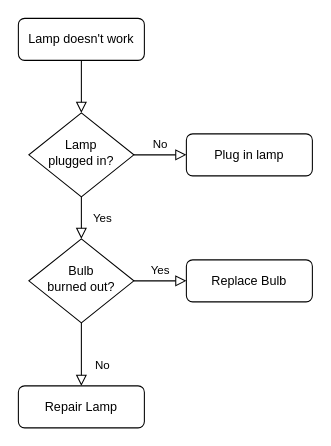
Earlier version of the draw.io diagram 제목 없는 다이어그램.drawio (JeonGuKang/chat_diagrams). Source tidied: cells renumbered, new cells numbered last; positions are measured from the earlier drawing's top-left corner, leaving out a move shared by most shapes. Both pictures are drawn from the tidied source at 105%, with x=0, y=0 at pixel (18, 18).
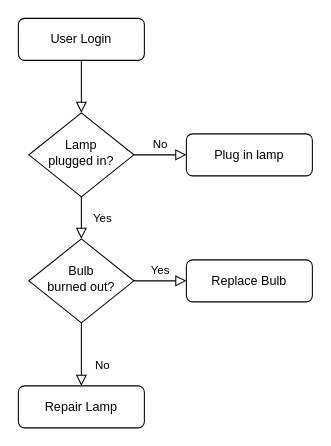
The same page after the edit.

What changed in the source:
```diff
@@
 <mxGraphModel>
   <root>
     <mxCell id="0" />
     <mxCell id="1" parent="0" />
     <mxCell id="2" style="rounded=0;html=1;jettySize=auto;fontSize=11;endArrow=block;endFill=0;endSize=8;strokeWidth=1;shadow=0;labelBackgroundColor=none;edgeStyle=orthogonalEdgeStyle;" parent="1" edge="1" source="3" target="6">
       <mxGeometry relative="1" as="geometry" />
     </mxCell>
-    <mxCell id="3" value="Lamp doesn't work" style="rounded=1;whiteSpace=wrap;html=1;fontSize=12;glass=0;strokeWidth=1;shadow=0;" parent="1" vertex="1">
+    <mxCell id="3" value="User Login" style="rounded=1;whiteSpace=wrap;html=1;fontSize=12;glass=0;strokeWidth=1;shadow=0;" parent="1" vertex="1">
       <mxGeometry width="120" height="40" as="geometry" />
     </mxCell>
     <mxCell id="4" value="Yes" style="rounded=0;html=1;jettySize=auto;fontSize=11;endArrow=block;endFill=0;endSize=8;strokeWidth=1;shadow=0;labelBackgroundColor=none;edgeStyle=orthogonalEdgeStyle;" parent="1" edge="1" source="6" target="10">
       <mxGeometry y="20" relative="1" as="geometry" />
     </mxCell>
     <mxCell id="5" value="No" style="edgeStyle=orthogonalEdgeStyle;rounded=0;html=1;jettySize=auto;fontSize=11;endArrow=block;endFill=0;endSize=8;strokeWidth=1;shadow=0;labelBackgroundColor=none;" parent="1" edge="1" source="6" target="7">
       <mxGeometry y="10" relative="1" as="geometry" />
     </mxCell>
     <mxCell id="6" value="Lamp&lt;br&gt;plugged in?" style="rhombus;whiteSpace=wrap;html=1;shadow=0;fontFamily=Helvetica;fontSize=12;align=center;strokeWidth=1;spacing=6;spacingTop=-4;" parent="1" vertex="1">
       <mxGeometry x="10" y="90" width="100" height="80" as="geometry" />
     </mxCell>
     <mxCell id="7" value="Plug in lamp" style="rounded=1;whiteSpace=wrap;html=1;fontSize=12;glass=0;strokeWidth=1;shadow=0;" parent="1" vertex="1">
       <mxGeometry x="160" y="110" width="120" height="40" as="geometry" />
     </mxCell>
     <mxCell id="8" value="No" style="rounded=0;html=1;jettySize=auto;fontSize=11;endArrow=block;endFill=0;endSize=8;strokeWidth=1;shadow=0;labelBackgroundColor=none;edgeStyle=orthogonalEdgeStyle;" parent="1" edge="1" source="10" target="11">
       <mxGeometry x="0.33" y="20" relative="1" as="geometry" />
     </mxCell>
     <mxCell id="9" value="Yes" style="edgeStyle=orthogonalEdgeStyle;rounded=0;html=1;jettySize=auto;fontSize=11;endArrow=block;endFill=0;endSize=8;strokeWidth=1;shadow=0;labelBackgroundColor=none;" parent="1" edge="1" source="10" target="12">
       <mxGeometry y="10" relative="1" as="geometry" />
     </mxCell>
     <mxCell id="10" value="Bulb&lt;br&gt;burned out?" style="rhombus;whiteSpace=wrap;html=1;shadow=0;fontFamily=Helvetica;fontSize=12;align=center;strokeWidth=1;spacing=6;spacingTop=-4;" parent="1" vertex="1">
       <mxGeometry x="10" y="210" width="100" height="80" as="geometry" />
     </mxCell>
     <mxCell id="11" value="Repair Lamp" style="rounded=1;whiteSpace=wrap;html=1;fontSize=12;glass=0;strokeWidth=1;shadow=0;" parent="1" vertex="1">
       <mxGeometry y="350" width="120" height="40" as="geometry" />
     </mxCell>
     <mxCell id="12" value="Replace Bulb" style="rounded=1;whiteSpace=wrap;html=1;fontSize=12;glass=0;strokeWidth=1;shadow=0;" parent="1" vertex="1">
       <mxGeometry x="160" y="230" width="120" height="40" as="geometry" />
     </mxCell>
   </root>
 </mxGraphModel>
```
